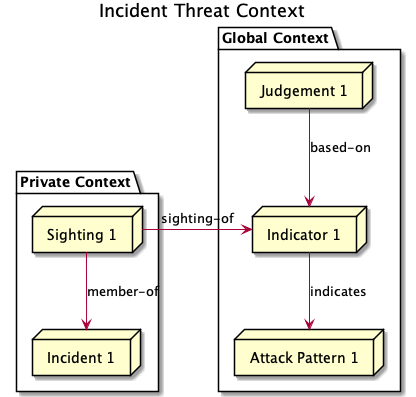
Earlier version of the PlantUML export doc/tutorials/threat-context/threat-context.png (threatgrid/ctim).
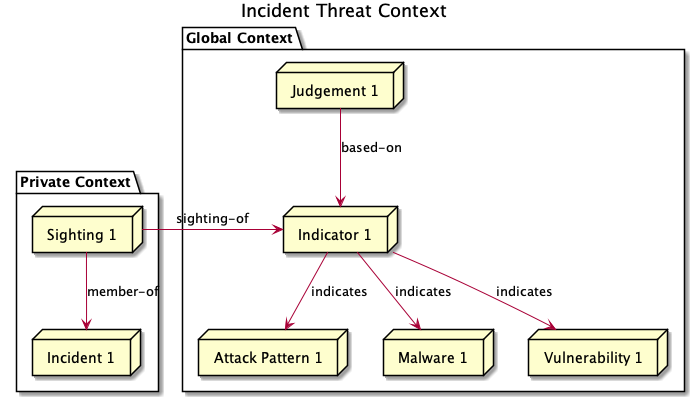
Above is the later version.

Commit message:
update-threat-context-doc

What changed in the source:
```diff
@@ -9,10 +9,14 @@
  node "Indicator 1" as indicator_1
  node "Judgement 1" as judgement_1
  node "Attack Pattern 1" as attack_pattern_1
+ node "Malware 1" as malware_1
+ node "Vulnerability 1" as vulnerability_1
 }
 
 sighting_1  --> incident_1       : member-of
 sighting_1  -> indicator_1       : sighting-of
 judgement_1 --> indicator_1      : based-on
 indicator_1 --> attack_pattern_1 : indicates
+indicator_1 --> malware_1 : indicates
+indicator_1 --> vulnerability_1 : indicates
 @enduml
```
